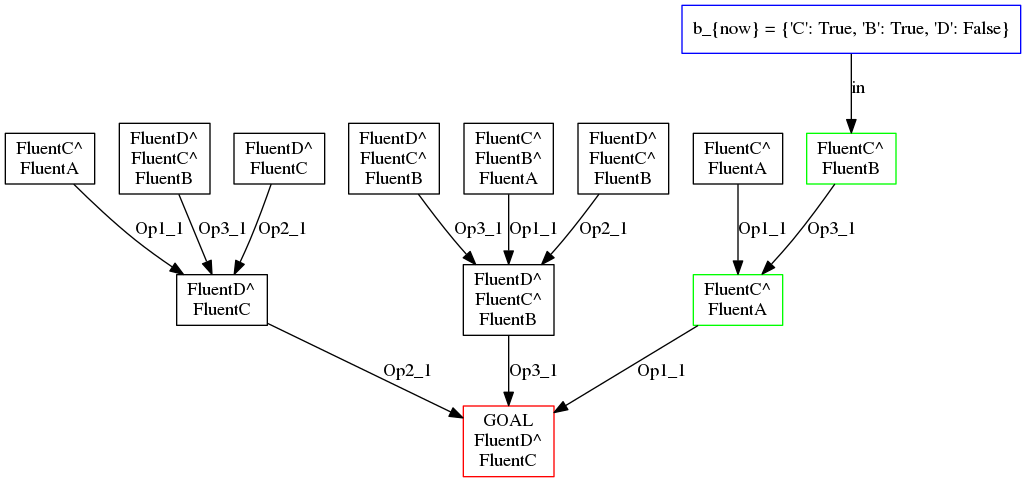
The Graphviz diagram mygraph1.png in mendes-jose/task-planning, before a commit. Its source is kept beside it as mygraph1.dot. Its diagram source:
```dot
digraph planningTree {
	r0 [label="GOAL
FluentD^\nFluentC", shape=box, color=red];
	r1 [label="FluentD^\nFluentC", shape=box];
	r1 -> r0 [label="Op2_1"];
	r2 [label="FluentD^\nFluentC^\nFluentB", shape=box];
	r2 -> r0 [label="Op3_1"];
	r3 [label="FluentC^\nFluentA", shape=box];
	r3 -> r0 [label="Op1_1"];
	r4 [label="FluentC^\nFluentA", shape=box];
	r4 -> r1 [label="Op1_1"];
	r5 [label="FluentD^\nFluentC^\nFluentB", shape=box];
	r5 -> r1 [label="Op3_1"];
	r6 [label="FluentD^\nFluentC", shape=box];
	r6 -> r1 [label="Op2_1"];
	r7 [label="FluentD^\nFluentC^\nFluentB", shape=box];
	r7 -> r2 [label="Op3_1"];
	r8 [label="FluentC^\nFluentB^\nFluentA", shape=box];
	r8 -> r2 [label="Op1_1"];
	r9 [label="FluentD^\nFluentC^\nFluentB", shape=box];
	r9 -> r2 [label="Op2_1"];
	r10 [label="FluentC^\nFluentA", shape=box];
	r10 -> r3 [label="Op1_1"];
	r11 [label="FluentC^\nFluentB", shape=box];
	r11 -> r3 [label="Op3_1"];
	r11[color = green];
	r3[color = green];
	bnow [shape=box, color=blue, label="b_{now} = {'C': True, 'B': True, 'D': False}"];
	bnow -> r11 [label="in"];
}
```
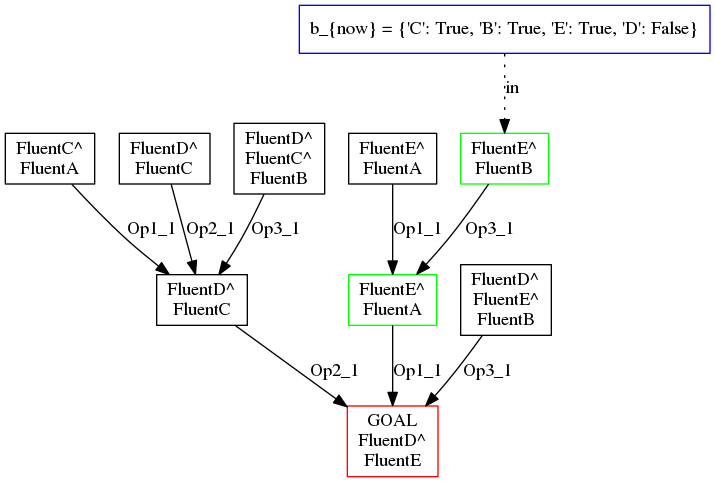
Above is the later version.

Diff of the diagram source:
```diff
@@ -1,30 +1,24 @@
 digraph planningTree {
 	r0 [label="GOAL
-FluentD^\nFluentC", shape=box, color=red];
+FluentD^\nFluentE", shape=box, color=red];
 	r1 [label="FluentD^\nFluentC", shape=box];
 	r1 -> r0 [label="Op2_1"];
-	r2 [label="FluentD^\nFluentC^\nFluentB", shape=box];
-	r2 -> r0 [label="Op3_1"];
-	r3 [label="FluentC^\nFluentA", shape=box];
-	r3 -> r0 [label="Op1_1"];
+	r2 [label="FluentE^\nFluentA", shape=box];
+	r2 -> r0 [label="Op1_1"];
+	r3 [label="FluentD^\nFluentE^\nFluentB", shape=box];
+	r3 -> r0 [label="Op3_1"];
 	r4 [label="FluentC^\nFluentA", shape=box];
 	r4 -> r1 [label="Op1_1"];
-	r5 [label="FluentD^\nFluentC^\nFluentB", shape=box];
-	r5 -> r1 [label="Op3_1"];
-	r6 [label="FluentD^\nFluentC", shape=box];
-	r6 -> r1 [label="Op2_1"];
-	r7 [label="FluentD^\nFluentC^\nFluentB", shape=box];
-	r7 -> r2 [label="Op3_1"];
-	r8 [label="FluentC^\nFluentB^\nFluentA", shape=box];
-	r8 -> r2 [label="Op1_1"];
-	r9 [label="FluentD^\nFluentC^\nFluentB", shape=box];
-	r9 -> r2 [label="Op2_1"];
-	r10 [label="FluentC^\nFluentA", shape=box];
-	r10 -> r3 [label="Op1_1"];
-	r11 [label="FluentC^\nFluentB", shape=box];
-	r11 -> r3 [label="Op3_1"];
-	r11[color = green];
-	r3[color = green];
-	bnow [shape=box, color=blue, label="b_{now} = {'C': True, 'B': True, 'D': False}"];
-	bnow -> r11 [label="in"];
+	r5 [label="FluentD^\nFluentC", shape=box];
+	r5 -> r1 [label="Op2_1"];
+	r6 [label="FluentD^\nFluentC^\nFluentB", shape=box];
+	r6 -> r1 [label="Op3_1"];
+	r7 [label="FluentE^\nFluentA", shape=box];
+	r7 -> r2 [label="Op1_1"];
+	r8 [label="FluentE^\nFluentB", shape=box];
+	r8 -> r2 [label="Op3_1"];
+	r8[color = green];
+	r2[color = green];
+	bnow [shape=box, color=blue, label="b_{now} = {'C': True, 'B': True, 'E': True, 'D': False}"];
+	bnow -> r8 [label="in", style=dotted];
 }
```
